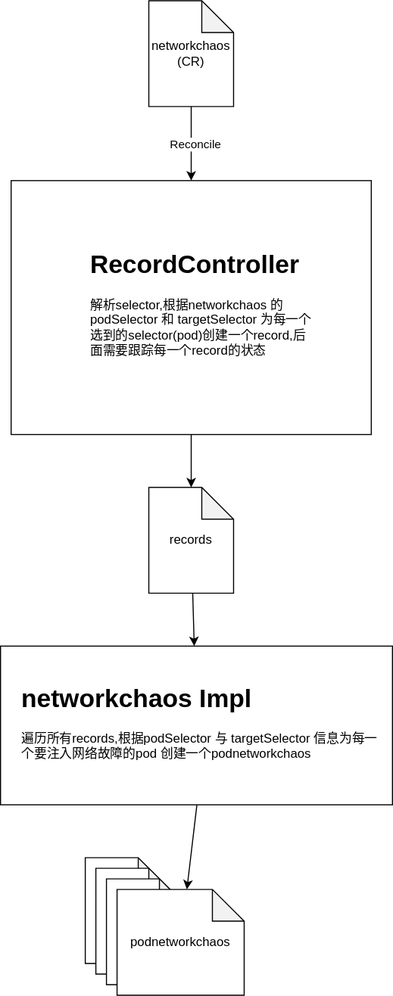
This is Chaos-mesh/networkchaos.drawio.svg from FanHa/fanha.github.io, a draw.io export, as it was before one commit. Source tidied: cells renumbered, new cells last; positions are measured from the earlier drawing's top-left corner, leaving out a move shared by most shapes. Its diagram source:
```xml
<mxGraphModel>
  <root>
    <mxCell id="0" />
    <mxCell id="1" parent="0" />
    <mxCell id="2" style="edgeStyle=none;html=1;exitX=0.5;exitY=1;exitDx=0;exitDy=0;entryX=0.5;entryY=0;entryDx=0;entryDy=0;exitPerimeter=0;" parent="1" edge="1" source="7" target="5">
      <mxGeometry relative="1" as="geometry" />
    </mxCell>
    <mxCell id="3" value="Reconcile" style="edgeLabel;html=1;align=center;verticalAlign=middle;" parent="2" vertex="1">
      <mxGeometry y="3" relative="1" as="geometry" />
    </mxCell>
    <mxCell id="4" style="edgeStyle=none;html=1;entryX=0.5;entryY=0;entryDx=0;entryDy=0;entryPerimeter=0;" parent="1" edge="1" source="5" target="9">
      <mxGeometry relative="1" as="geometry" />
    </mxCell>
    <mxCell id="5" style="whiteSpace=wrap;html=1;" parent="1" vertex="1">
      <mxGeometry x="10" y="170" width="340" height="240" as="geometry" />
    </mxCell>
    <mxCell id="6" value="&lt;h1&gt;RecordController&lt;/h1&gt;&lt;p&gt;解析selector,根据networkchaos 的 podSelector 和 targetSelector 为每一个选到的selector(pod)创建一个record,后面需要跟踪每一个record的状态&lt;/p&gt;" style="text;html=1;strokeColor=none;fillColor=none;spacing=5;spacingTop=-20;whiteSpace=wrap;overflow=hidden;rounded=0;" parent="1" vertex="1">
      <mxGeometry x="80" y="230" width="220" height="140" as="geometry" />
    </mxCell>
    <mxCell id="7" value="networkchaos&lt;br&gt;(CR)" style="shape=note;whiteSpace=wrap;html=1;backgroundOutline=1;darkOpacity=0.05;" parent="1" vertex="1">
      <mxGeometry x="140" width="80" height="100" as="geometry" />
    </mxCell>
    <mxCell id="8" style="edgeStyle=none;html=1;" parent="1" edge="1" source="9" target="10">
      <mxGeometry relative="1" as="geometry" />
    </mxCell>
    <mxCell id="9" value="records" style="shape=note;whiteSpace=wrap;html=1;backgroundOutline=1;darkOpacity=0.05;" parent="1" vertex="1">
      <mxGeometry x="140" y="460" width="80" height="100" as="geometry" />
    </mxCell>
    <mxCell id="10" style="whiteSpace=wrap;html=1;" parent="1" vertex="1">
      <mxGeometry y="610" width="370" height="150" as="geometry" />
    </mxCell>
    <mxCell id="11" style="edgeStyle=none;html=1;" parent="1" edge="1" source="12" target="16">
      <mxGeometry relative="1" as="geometry" />
    </mxCell>
    <mxCell id="12" value="&lt;h1&gt;networkchaos Impl&lt;/h1&gt;&lt;p&gt;遍历所有records,根据podSelector 与 targetSelector 信息为每一个要注入网络故障的pod 创建一个podnetworkchaos&lt;/p&gt;" style="text;html=1;strokeColor=none;fillColor=none;spacing=5;spacingTop=-20;whiteSpace=wrap;overflow=hidden;rounded=0;" parent="1" vertex="1">
      <mxGeometry x="15" y="640" width="355" height="120" as="geometry" />
    </mxCell>
    <mxCell id="13" style="shape=note;whiteSpace=wrap;html=1;backgroundOutline=1;darkOpacity=0.05;" parent="1" vertex="1">
      <mxGeometry x="80" y="810" width="80" height="100" as="geometry" />
    </mxCell>
    <mxCell id="14" style="shape=note;whiteSpace=wrap;html=1;backgroundOutline=1;darkOpacity=0.05;" parent="1" vertex="1">
      <mxGeometry x="90" y="820" width="80" height="100" as="geometry" />
    </mxCell>
    <mxCell id="15" style="shape=note;whiteSpace=wrap;html=1;backgroundOutline=1;darkOpacity=0.05;" parent="1" vertex="1">
      <mxGeometry x="100" y="830" width="80" height="100" as="geometry" />
    </mxCell>
    <mxCell id="16" value="podnetworkchaos" style="shape=note;whiteSpace=wrap;html=1;backgroundOutline=1;darkOpacity=0.05;" parent="1" vertex="1">
      <mxGeometry x="110" y="840" width="120" height="100" as="geometry" />
    </mxCell>
  </root>
</mxGraphModel>
```
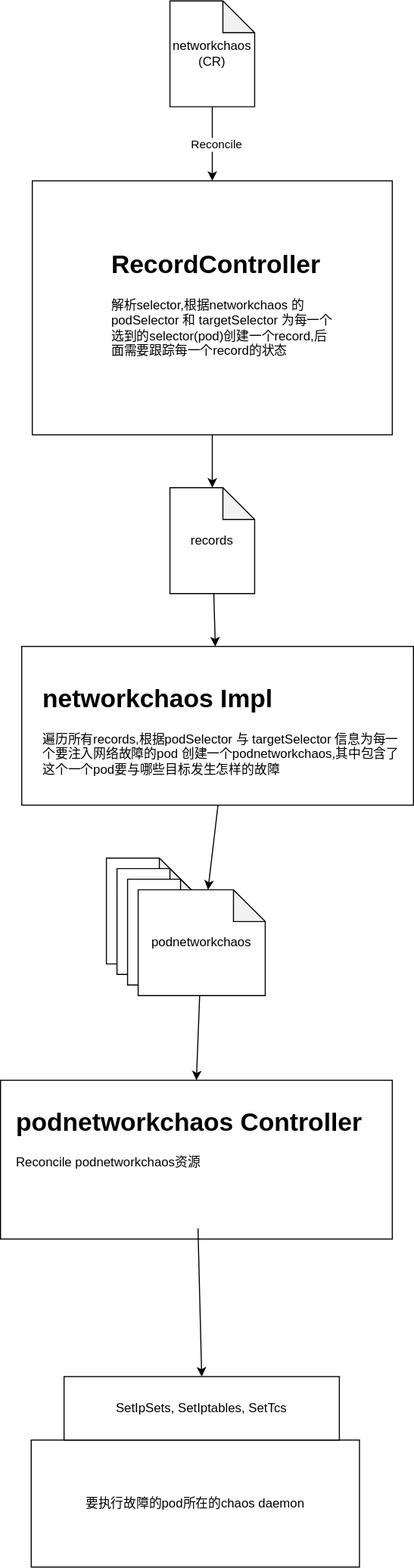
Later version of the same file.

What changed in the source:
```diff
@@ -32,7 +32,7 @@
     <mxCell id="11" style="edgeStyle=none;html=1;" parent="1" edge="1" source="12" target="16">
       <mxGeometry relative="1" as="geometry" />
     </mxCell>
-    <mxCell id="12" value="&lt;h1&gt;networkchaos Impl&lt;/h1&gt;&lt;p&gt;遍历所有records,根据podSelector 与 targetSelector 信息为每一个要注入网络故障的pod 创建一个podnetworkchaos&lt;/p&gt;" style="text;html=1;strokeColor=none;fillColor=none;spacing=5;spacingTop=-20;whiteSpace=wrap;overflow=hidden;rounded=0;" parent="1" vertex="1">
+    <mxCell id="12" value="&lt;h1&gt;networkchaos Impl&lt;/h1&gt;&lt;p&gt;遍历所有records,根据podSelector 与 targetSelector 信息为每一个要注入网络故障的pod 创建一个podnetworkchaos,其中包含了这个一个pod要与哪些目标发生怎样的故障&lt;/p&gt;" style="text;html=1;strokeColor=none;fillColor=none;spacing=5;spacingTop=-20;whiteSpace=wrap;overflow=hidden;rounded=0;" parent="1" vertex="1">
       <mxGeometry x="15" y="640" width="355" height="120" as="geometry" />
     </mxCell>
     <mxCell id="13" style="shape=note;whiteSpace=wrap;html=1;backgroundOutline=1;darkOpacity=0.05;" parent="1" vertex="1">
@@ -44,8 +44,26 @@
     <mxCell id="15" style="shape=note;whiteSpace=wrap;html=1;backgroundOutline=1;darkOpacity=0.05;" parent="1" vertex="1">
       <mxGeometry x="100" y="830" width="80" height="100" as="geometry" />
     </mxCell>
+    <mxCell id="17" style="edgeStyle=none;html=1;entryX=0.5;entryY=0;entryDx=0;entryDy=0;" parent="1" edge="1" source="16" target="18">
+      <mxGeometry relative="1" as="geometry" />
+    </mxCell>
     <mxCell id="16" value="podnetworkchaos" style="shape=note;whiteSpace=wrap;html=1;backgroundOutline=1;darkOpacity=0.05;" parent="1" vertex="1">
       <mxGeometry x="110" y="840" width="120" height="100" as="geometry" />
     </mxCell>
+    <mxCell id="18" style="whiteSpace=wrap;html=1;" parent="1" vertex="1">
+      <mxGeometry x="-20" y="1020" width="370" height="150" as="geometry" />
+    </mxCell>
+    <mxCell id="19" style="edgeStyle=none;html=1;entryX=0.5;entryY=0;entryDx=0;entryDy=0;" parent="1" edge="1" source="20" target="22">
+      <mxGeometry relative="1" as="geometry" />
+    </mxCell>
+    <mxCell id="20" value="&lt;h1&gt;podnetworkchaos Controller&lt;/h1&gt;&lt;div&gt;Reconcile podnetworkchaos资源&lt;/div&gt;" style="text;html=1;strokeColor=none;fillColor=none;spacing=5;spacingTop=-20;whiteSpace=wrap;overflow=hidden;rounded=0;" parent="1" vertex="1">
+      <mxGeometry x="-10" y="1040" width="350" height="120" as="geometry" />
+    </mxCell>
+    <mxCell id="21" value="要执行故障的pod所在的chaos daemon" style="whiteSpace=wrap;html=1;" parent="1" vertex="1">
+      <mxGeometry x="9" y="1360" width="310" height="120" as="geometry" />
+    </mxCell>
+    <mxCell id="22" value="SetIpSets, SetIptables, SetTcs" style="rounded=0;whiteSpace=wrap;html=1;" parent="1" vertex="1">
+      <mxGeometry x="40" y="1300" width="260" height="60" as="geometry" />
+    </mxCell>
   </root>
 </mxGraphModel>
```
